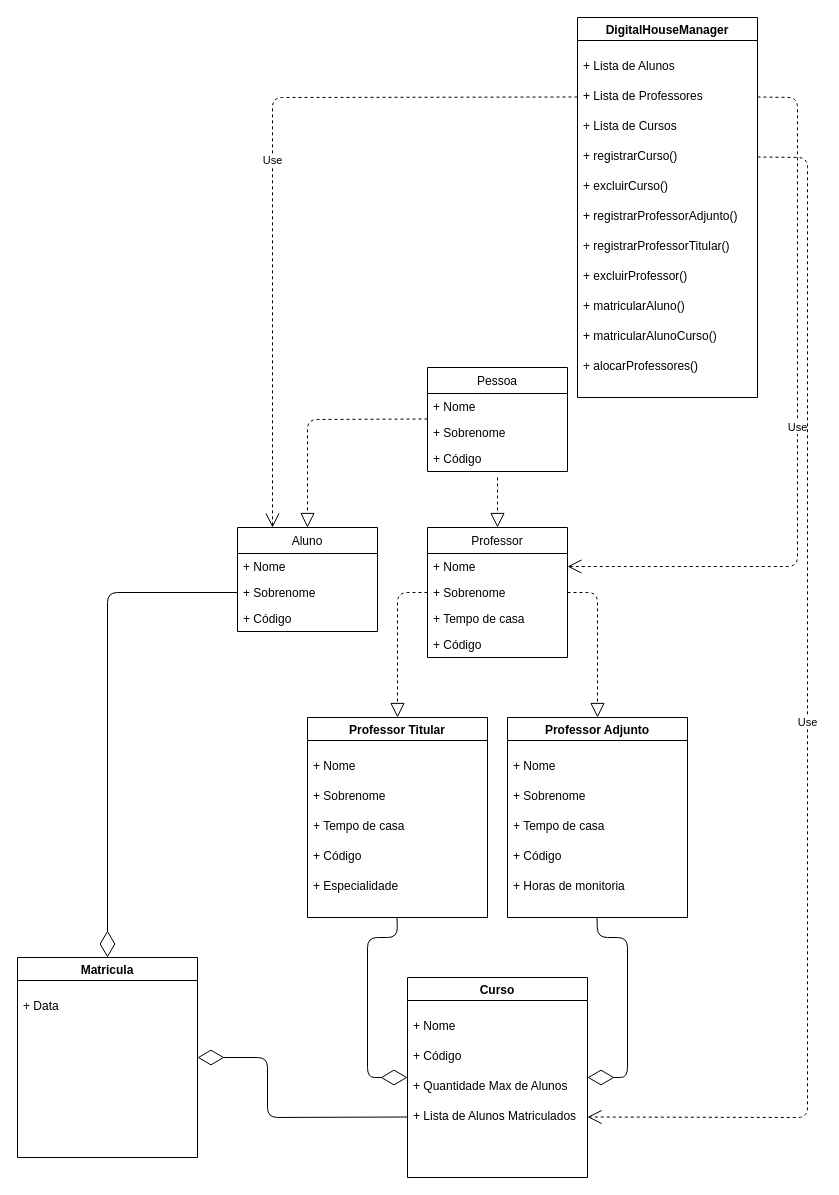
nailson13b/Digital-House keeps this draw.io diagram as page "Page-1" (1 of 3) of DesafioDigitalHouse/UMLDesafio.drawio. Above is the earlier version. Source tidied: cells renumbered, new cells numbered last; positions are measured from the earlier drawing's top-left corner, leaving out a move shared by most shapes. Both pictures are drawn from the tidied source at 100%, with x=0, y=0 at pixel (17, 17).
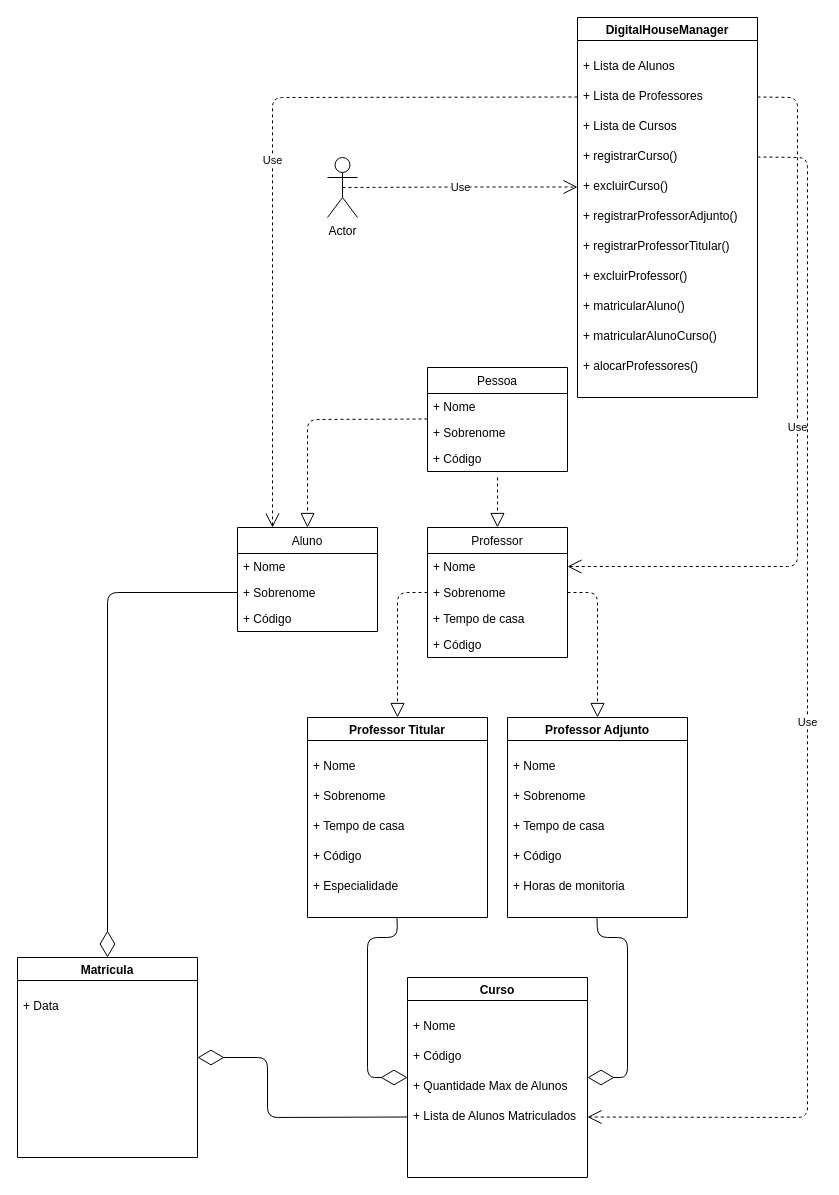
Above is the later version.

Unchanged cells that the change refers to:
```xml
<mxCell id="47" value="+ excluirCurso()" style="text;strokeColor=none;fillColor=none;align=left;verticalAlign=top;spacingLeft=4;spacingRight=4;overflow=hidden;points=[[0,0.5],[1,0.5]];portConstraint=eastwest;" parent="42" vertex="1">
  <mxGeometry y="154.5" width="180" height="30" as="geometry" />
</mxCell>
```

Change to the diagram source:
```diff
@@
+    <mxCell id="57" value="Actor" style="shape=umlActor;verticalLabelPosition=bottom;verticalAlign=top;html=1;outlineConnect=0;" parent="1" vertex="1">
+      <mxGeometry x="310" y="140" width="30" height="60" as="geometry" />
+    </mxCell>
+    <mxCell id="58" value="Use" style="endArrow=open;endSize=12;dashed=1;html=1;exitX=0.5;exitY=0.5;exitDx=0;exitDy=0;exitPerimeter=0;entryX=0;entryY=0.5;entryDx=0;entryDy=0;" parent="1" edge="1" source="57" target="47">
+      <mxGeometry relative="1" as="geometry">
+        <Array as="points">
+          <mxPoint x="440" y="169.5" />
+        </Array>
+      </mxGeometry>
+    </mxCell>
```
